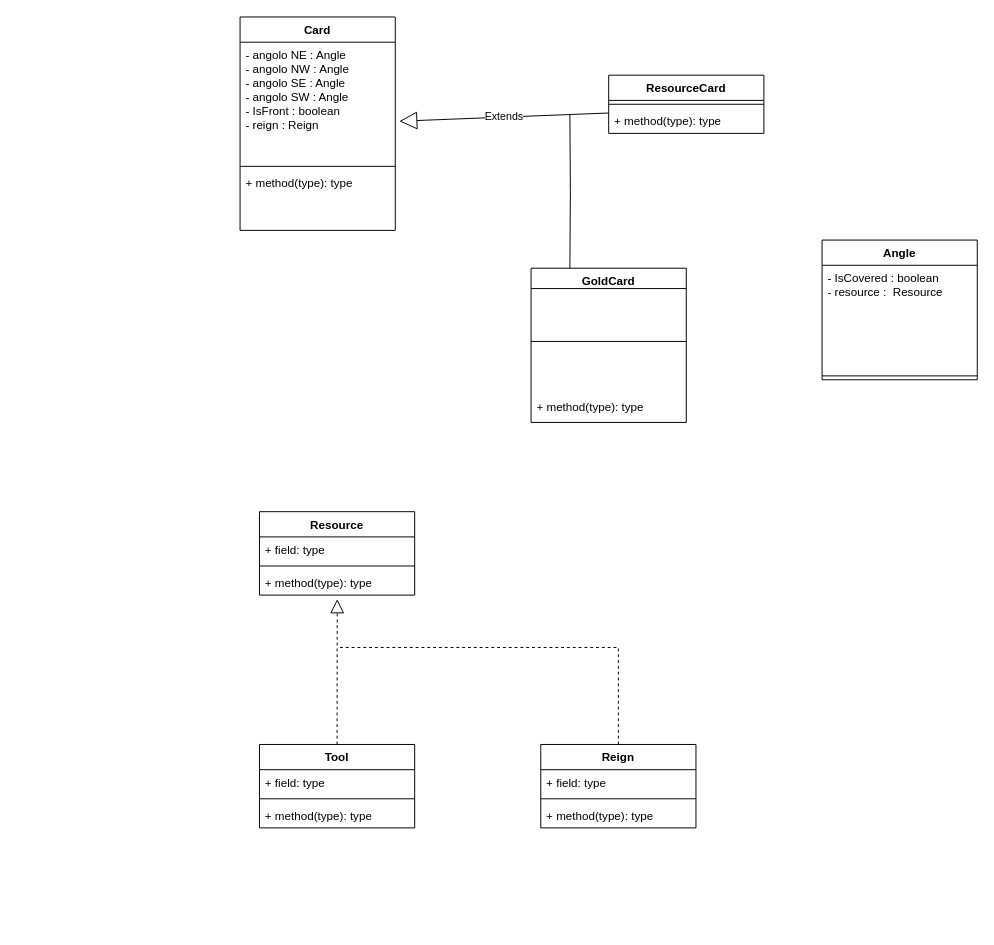
The draw.io diagram Diagramma senza titolo.drawio in MaximilianMangosi/ing-sw-2024-Mangosi-Laguardia-Lapi-Mattina, before the edit. Source tidied: cells renumbered, new cells numbered last; positions are measured from the earlier drawing's top-left corner, leaving out a move shared by most shapes. Both pictures are drawn from the tidied source at 97%, with x=0, y=0 at pixel (240, 16).
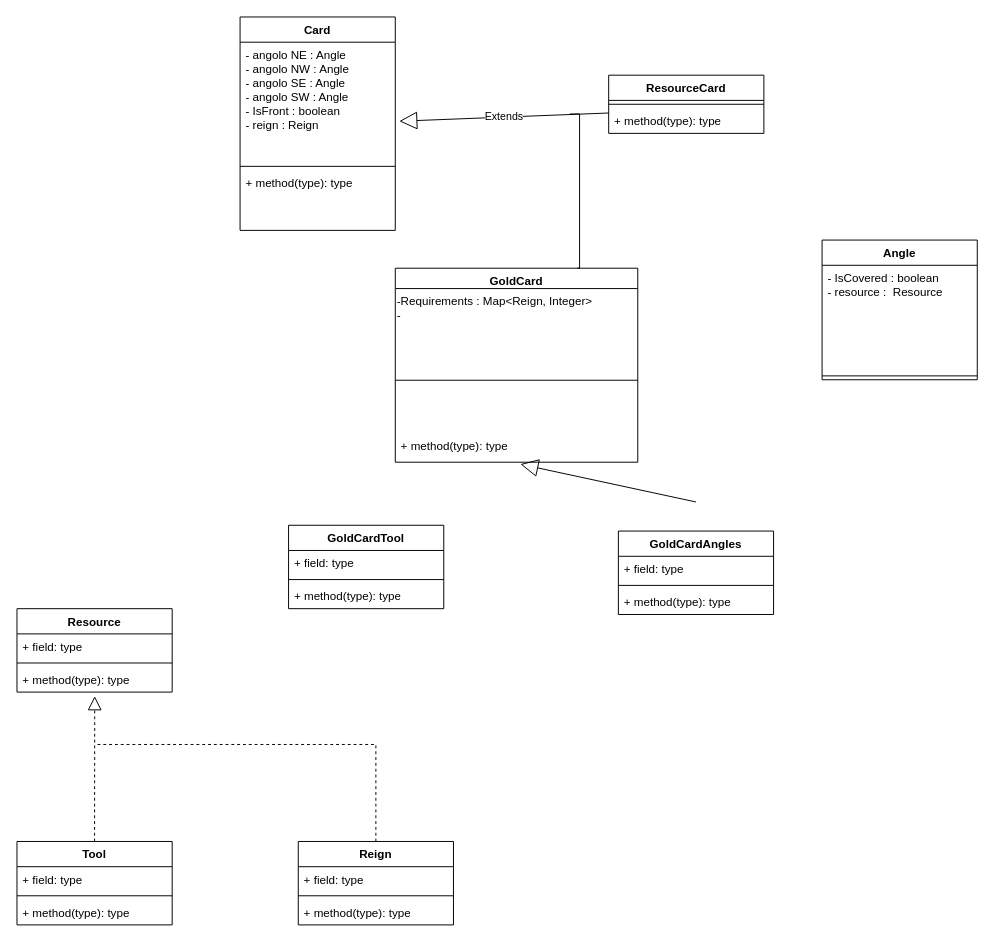
After the change.

What changed in the source:
```diff
@@
     <mxCell id="9" value="Resource" style="swimlane;fontStyle=1;align=center;verticalAlign=top;horizontal=1;startSize=26;whiteSpace=wrap;html=1;" parent="1" vertex="1">
-      <mxGeometry x="20" y="510" width="160" height="86" as="geometry" />
+      <mxGeometry x="-230" y="610" width="160" height="86" as="geometry" />
     </mxCell>
@@
     <mxCell id="13" value="Tool" style="swimlane;fontStyle=1;align=center;verticalAlign=top;horizontal=1;startSize=26;whiteSpace=wrap;html=1;" parent="1" vertex="1">
-      <mxGeometry x="20" y="750" width="160" height="86" as="geometry" />
+      <mxGeometry x="-230" y="850" width="160" height="86" as="geometry" />
     </mxCell>
@@
     <mxCell id="18" value="Reign" style="swimlane;fontStyle=1;align=center;verticalAlign=top;horizontal=1;startSize=26;whiteSpace=wrap;html=1;" parent="1" vertex="1">
-      <mxGeometry x="310" y="750" width="160" height="86" as="geometry" />
+      <mxGeometry x="60" y="850" width="160" height="86" as="geometry" />
     </mxCell>
@@
     <mxCell id="22" value="GoldCard" style="swimlane;fontStyle=1;align=center;verticalAlign=top;horizontal=1;startSize=21;whiteSpace=wrap;html=1;" parent="1" vertex="1">
-      <mxGeometry x="300" y="259" width="160" height="159" as="geometry" />
+      <mxGeometry x="160" y="259" width="250" height="200" as="geometry" />
     </mxCell>
+    <mxCell id="31" value="-Requirements : Map&amp;lt;Reign, Integer&amp;gt;&lt;div&gt;-&lt;/div&gt;" style="text;html=1;align=left;verticalAlign=middle;strokeColor=none;fillColor=none;" parent="22" vertex="1">
+      <mxGeometry y="21" width="250" height="40" as="geometry" />
+    </mxCell>
     <mxCell id="23" style="line;strokeWidth=1;fillColor=none;align=left;verticalAlign=middle;spacingTop=-1;spacingLeft=3;spacingRight=3;labelPosition=right;strokeColor=inherit;" parent="22" vertex="1">
-      <mxGeometry y="21" width="160" height="109" as="geometry" />
+      <mxGeometry y="61" width="250" height="109" as="geometry" />
     </mxCell>
     <mxCell id="24" value="+ method(type): type" style="text;strokeColor=none;fillColor=none;align=left;verticalAlign=top;spacingLeft=4;spacingRight=4;overflow=hidden;points=[[0,0.5],[1,0.5]];portConstraint=eastwest;whiteSpace=wrap;html=1;" parent="22" vertex="1">
-      <mxGeometry y="130" width="160" height="29" as="geometry" />
+      <mxGeometry y="170" width="250" height="30" as="geometry" />
     </mxCell>
@@
-    <mxCell id="29" style="endArrow=none;html=1;edgeStyle=orthogonalEdgeStyle;rounded=0;entryX=0.25;entryY=0;entryDx=0;entryDy=0;" parent="1" edge="1" target="22">
+    <mxCell id="29" style="endArrow=none;html=1;edgeStyle=orthogonalEdgeStyle;rounded=0;entryX=0.75;entryY=0;entryDx=0;entryDy=0;" parent="1" edge="1" target="22">
       <mxGeometry relative="1" as="geometry">
         <mxPoint x="340" y="100" as="sourcePoint" />
+        <Array as="points">
+          <mxPoint x="350" y="100" />
+          <mxPoint x="350" y="259" />
+        </Array>
       </mxGeometry>
     </mxCell>
     <mxCell id="30" style="endArrow=none;dashed=1;html=1;rounded=0;exitX=0.5;exitY=0;exitDx=0;exitDy=0;" parent="1" edge="1" source="18">
       <mxGeometry relative="1" as="geometry">
-        <mxPoint x="100" y="650" as="targetPoint" />
+        <mxPoint x="-150" y="750" as="targetPoint" />
         <Array as="points">
-          <mxPoint x="390" y="650" />
+          <mxPoint x="140" y="750" />
         </Array>
       </mxGeometry>
     </mxCell>
+    <mxCell id="32" value="GoldCardTool" style="swimlane;fontStyle=1;align=center;verticalAlign=top;horizontal=1;startSize=26;whiteSpace=wrap;html=1;" parent="1" vertex="1">
+      <mxGeometry x="50" y="524" width="160" height="86" as="geometry" />
+    </mxCell>
+    <mxCell id="33" value="+ field: type" style="text;strokeColor=none;fillColor=none;align=left;verticalAlign=top;spacingLeft=4;spacingRight=4;overflow=hidden;whiteSpace=wrap;html=1;" parent="32" vertex="1">
+      <mxGeometry y="26" width="160" height="26" as="geometry" />
+    </mxCell>
+    <mxCell id="34" style="line;strokeWidth=1;fillColor=none;align=left;verticalAlign=middle;spacingTop=-1;spacingLeft=3;spacingRight=3;labelPosition=right;strokeColor=inherit;" parent="32" vertex="1">
+      <mxGeometry y="52" width="160" height="8" as="geometry" />
+    </mxCell>
+    <mxCell id="35" value="+ method(type): type" style="text;strokeColor=none;fillColor=none;align=left;verticalAlign=top;spacingLeft=4;spacingRight=4;overflow=hidden;whiteSpace=wrap;html=1;" parent="32" vertex="1">
+      <mxGeometry y="60" width="160" height="26" as="geometry" />
+    </mxCell>
+    <mxCell id="36" value="GoldCardAngles" style="swimlane;fontStyle=1;align=center;verticalAlign=top;horizontal=1;startSize=26;whiteSpace=wrap;html=1;" parent="1" vertex="1">
+      <mxGeometry x="390" y="530" width="160" height="86" as="geometry" />
+    </mxCell>
+    <mxCell id="37" value="+ field: type" style="text;strokeColor=none;fillColor=none;align=left;verticalAlign=top;spacingLeft=4;spacingRight=4;overflow=hidden;whiteSpace=wrap;html=1;" parent="36" vertex="1">
+      <mxGeometry y="26" width="160" height="26" as="geometry" />
+    </mxCell>
+    <mxCell id="38" style="line;strokeWidth=1;fillColor=none;align=left;verticalAlign=middle;spacingTop=-1;spacingLeft=3;spacingRight=3;labelPosition=right;strokeColor=inherit;" parent="36" vertex="1">
+      <mxGeometry y="52" width="160" height="8" as="geometry" />
+    </mxCell>
+    <mxCell id="39" value="+ method(type): type" style="text;strokeColor=none;fillColor=none;align=left;verticalAlign=top;spacingLeft=4;spacingRight=4;overflow=hidden;whiteSpace=wrap;html=1;" parent="36" vertex="1">
+      <mxGeometry y="60" width="160" height="26" as="geometry" />
+    </mxCell>
+    <mxCell id="40" style="endArrow=block;endSize=16;endFill=0;html=1;rounded=0;entryX=0.516;entryY=1.067;entryDx=0;entryDy=0;entryPerimeter=0;" parent="1" edge="1" target="24">
+      <mxGeometry x="0.24" y="35" relative="1" as="geometry">
+        <mxPoint x="470" y="500" as="sourcePoint" />
+      </mxGeometry>
+    </mxCell>
```
